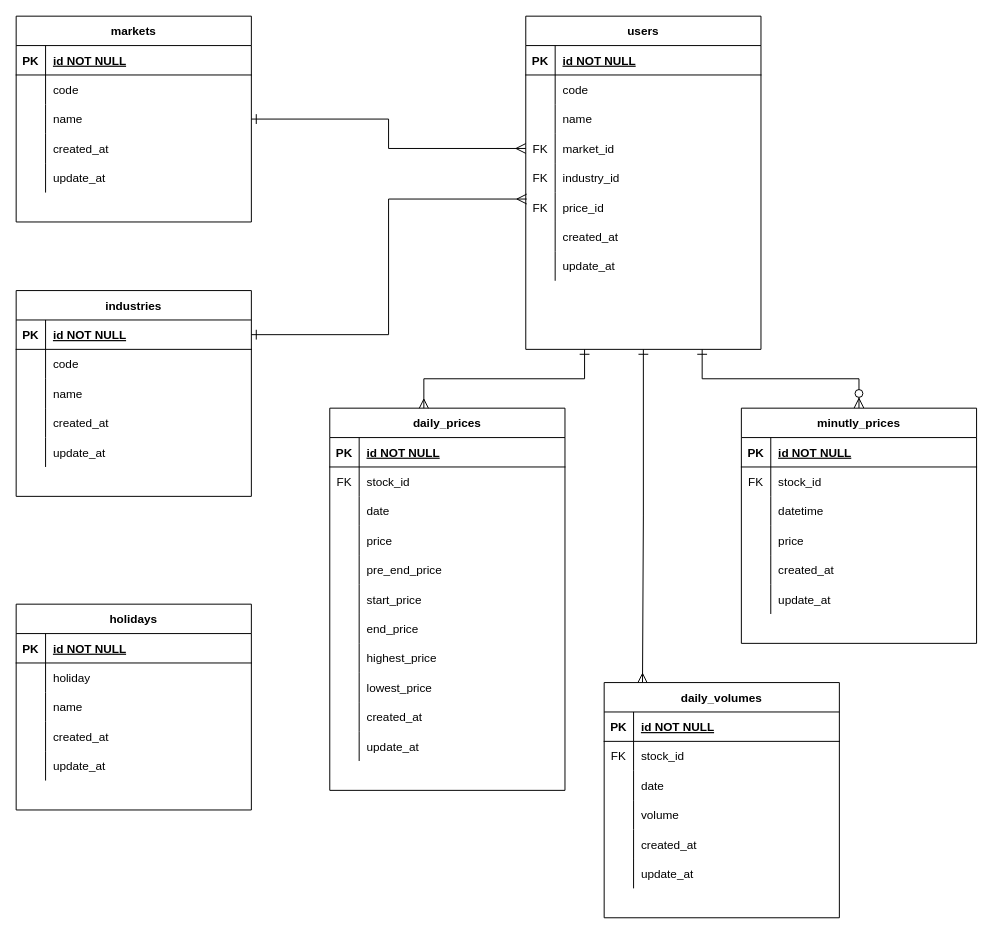
0gravity000/er001 keeps this draw.io diagram as resume_01.drawio. Above is the earlier version. Source tidied: cells renumbered, new cells numbered last; positions are measured from the earlier drawing's top-left corner, leaving out a move shared by most shapes. Both pictures are drawn from the tidied source at 98%, with x=0, y=0 at pixel (16, 16).
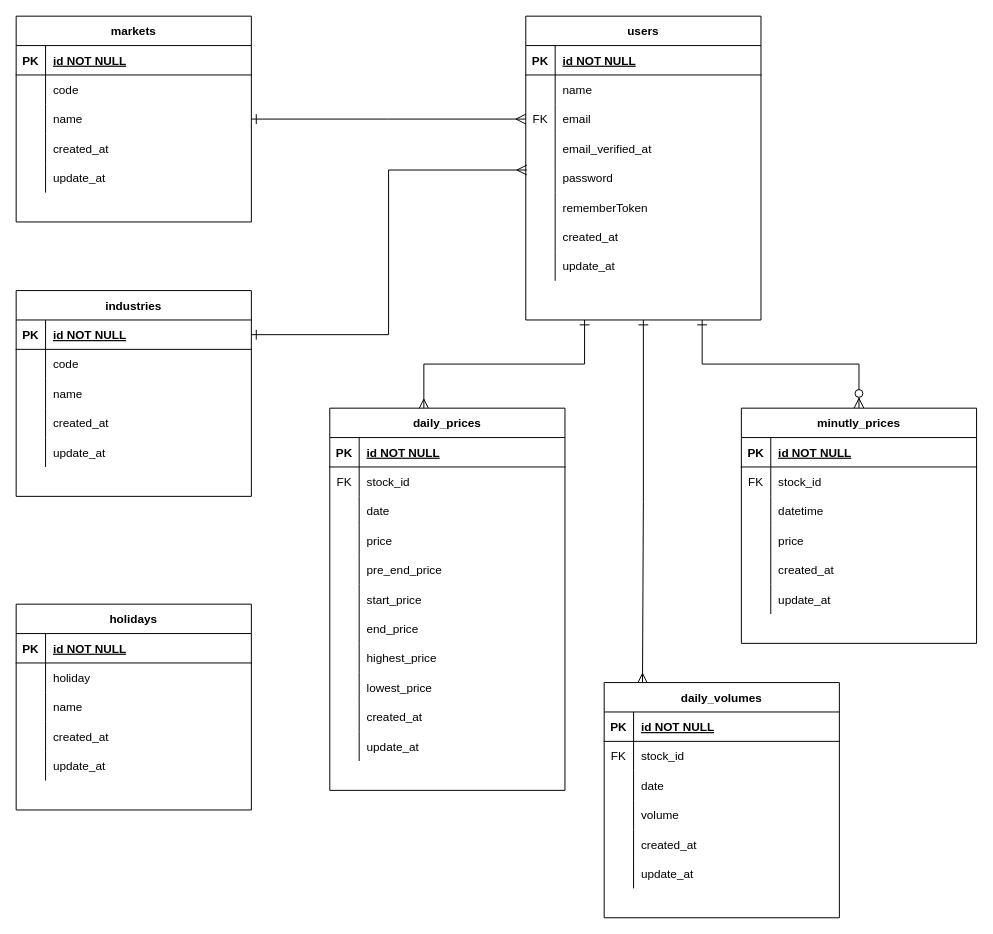
Above is the later version.

Unchanged cells that the change refers to:
```xml
<mxCell id="37" style="shape=partialRectangle;fillColor=none;top=0;left=0;bottom=0;right=0;points=[[0,0.5],[1,0.5]];portConstraint=eastwest;" parent="30" vertex="1">
  <mxGeometry y="90" width="240" height="30" as="geometry" />
</mxCell>
<mxCell id="47" style="shape=partialRectangle;fillColor=none;top=0;left=0;bottom=1;right=0;points=[[0,0.5],[1,0.5]];portConstraint=eastwest;" parent="46" vertex="1">
  <mxGeometry y="30" width="240" height="30" as="geometry" />
</mxCell>
```

Change to the diagram source:
```diff
@@
     <mxCell id="5" value="users" style="shape=table;startSize=30;childLayout=tableLayout;rowLines=0;fontStyle=1;align=center;" parent="1" vertex="1">
-      <mxGeometry x="520" width="240" height="340" as="geometry" />
+      <mxGeometry x="520" width="240" height="310" as="geometry" />
     </mxCell>
@@
-    <mxCell id="9" style="shape=partialRectangle;fillColor=none;top=0;left=0;right=0;bottom=0;" parent="5" vertex="1">
-      <mxGeometry y="60" width="240" height="30" as="geometry" />
-    </mxCell>
-    <mxCell id="10" style="shape=partialRectangle;overflow=hidden;fillColor=none;top=0;left=0;bottom=0;right=0;" parent="9" vertex="1">
-      <mxGeometry width="30" height="30" as="geometry" />
-    </mxCell>
-    <mxCell id="11" value="code" style="shape=partialRectangle;overflow=hidden;fillColor=none;top=0;left=0;bottom=0;right=0;align=left;spacingLeft=6;" parent="9" vertex="1">
-      <mxGeometry x="30" width="210" height="30" as="geometry" />
-    </mxCell>
     <mxCell id="12" style="shape=partialRectangle;fillColor=none;top=0;left=0;right=0;bottom=0;" parent="5" vertex="1">
-      <mxGeometry y="90" width="240" height="30" as="geometry" />
+      <mxGeometry y="60" width="240" height="30" as="geometry" />
     </mxCell>
@@
-    <mxCell id="15" style="shape=partialRectangle;fillColor=none;points=[[0,0.5],[1,0.5]];portConstraint=eastwest;top=0;left=0;right=0;bottom=0;" parent="5" vertex="1">
-      <mxGeometry y="120" width="240" height="30" as="geometry" />
-    </mxCell>
-    <mxCell id="16" value="FK" style="shape=partialRectangle;overflow=hidden;fillColor=none;top=0;left=0;bottom=0;right=0;" parent="15" vertex="1">
-      <mxGeometry width="30" height="30" as="geometry" />
-    </mxCell>
-    <mxCell id="17" value="market_id" style="shape=partialRectangle;overflow=hidden;fillColor=none;top=0;left=0;bottom=0;right=0;align=left;spacingLeft=6;" parent="15" vertex="1">
-      <mxGeometry x="30" width="210" height="30" as="geometry" />
-    </mxCell>
-    <mxCell id="18" style="shape=partialRectangle;fillColor=none;top=0;left=0;right=0;bottom=0;" parent="5" vertex="1">
-      <mxGeometry y="150" width="240" height="30" as="geometry" />
-    </mxCell>
-    <mxCell id="19" value="FK" style="shape=partialRectangle;overflow=hidden;fillColor=none;top=0;left=0;bottom=0;right=0;" parent="18" vertex="1">
-      <mxGeometry width="30" height="30" as="geometry" />
-    </mxCell>
-    <mxCell id="20" value="industry_id" style="shape=partialRectangle;overflow=hidden;fillColor=none;top=0;left=0;bottom=0;right=0;align=left;spacingLeft=6;" parent="18" vertex="1">
-      <mxGeometry x="30" width="210" height="30" as="geometry" />
-    </mxCell>
     <mxCell id="21" style="shape=partialRectangle;fillColor=none;points=[[0,0.5],[1,0.5]];portConstraint=eastwest;top=0;left=0;right=0;bottom=0;" parent="5" vertex="1">
-      <mxGeometry y="180" width="240" height="30" as="geometry" />
+      <mxGeometry y="90" width="240" height="30" as="geometry" />
     </mxCell>
@@
-    <mxCell id="23" value="price_id" style="shape=partialRectangle;overflow=hidden;fillColor=none;top=0;left=0;bottom=0;right=0;align=left;spacingLeft=6;" parent="21" vertex="1">
+    <mxCell id="23" value="email" style="shape=partialRectangle;overflow=hidden;fillColor=none;top=0;left=0;bottom=0;right=0;align=left;spacingLeft=6;" parent="21" vertex="1">
       <mxGeometry x="30" width="210" height="30" as="geometry" />
     </mxCell>
+    <mxCell id="15" style="shape=partialRectangle;fillColor=none;points=[[0,0.5],[1,0.5]];portConstraint=eastwest;top=0;left=0;right=0;bottom=0;" parent="5" vertex="1">
+      <mxGeometry y="120" width="240" height="30" as="geometry" />
+    </mxCell>
+    <mxCell id="152" style="shape=partialRectangle;overflow=hidden;fillColor=none;top=0;left=0;bottom=0;right=0;" parent="15" vertex="1">
+      <mxGeometry width="30" height="30" as="geometry" />
+    </mxCell>
+    <mxCell id="153" value="email_verified_at" style="shape=partialRectangle;overflow=hidden;fillColor=none;top=0;left=0;bottom=0;right=0;align=left;spacingLeft=6;" parent="15" vertex="1">
+      <mxGeometry x="30" width="210" height="30" as="geometry" />
+    </mxCell>
+    <mxCell id="18" style="shape=partialRectangle;fillColor=none;top=0;left=0;right=0;bottom=0;" parent="5" vertex="1">
+      <mxGeometry y="150" width="240" height="30" as="geometry" />
+    </mxCell>
+    <mxCell id="154" style="shape=partialRectangle;overflow=hidden;fillColor=none;top=0;left=0;bottom=0;right=0;" parent="18" vertex="1">
+      <mxGeometry width="30" height="30" as="geometry" />
+    </mxCell>
+    <mxCell id="155" value="password" style="shape=partialRectangle;overflow=hidden;fillColor=none;top=0;left=0;bottom=0;right=0;align=left;spacingLeft=6;" parent="18" vertex="1">
+      <mxGeometry x="30" width="210" height="30" as="geometry" />
+    </mxCell>
+    <mxCell id="156" style="shape=partialRectangle;fillColor=none;top=0;left=0;right=0;bottom=0;" parent="5" vertex="1">
+      <mxGeometry y="180" width="240" height="30" as="geometry" />
+    </mxCell>
+    <mxCell id="157" style="shape=partialRectangle;overflow=hidden;fillColor=none;top=0;left=0;bottom=0;right=0;" parent="156" vertex="1">
+      <mxGeometry width="30" height="30" as="geometry" />
+    </mxCell>
+    <mxCell id="158" value="rememberToken" style="shape=partialRectangle;overflow=hidden;fillColor=none;top=0;left=0;bottom=0;right=0;align=left;spacingLeft=6;" parent="156" vertex="1">
+      <mxGeometry x="30" width="210" height="30" as="geometry" />
+    </mxCell>
@@
-    <mxCell id="134" style="edgeStyle=orthogonalEdgeStyle;rounded=0;jettySize=auto;html=1;exitX=1;exitY=0.5;exitDx=0;exitDy=0;entryX=0;entryY=0.5;entryDx=0;entryDy=0;endArrow=ERmany;endFill=0;endSize=8;startSize=8;startArrow=ERone;startFill=0;" parent="1" edge="1" source="37" target="15">
-      <mxGeometry relative="1" as="geometry" />
+    <mxCell id="134" style="edgeStyle=orthogonalEdgeStyle;rounded=0;jettySize=auto;html=1;exitX=1;exitY=0.5;exitDx=0;exitDy=0;entryX=0;entryY=0.5;entryDx=0;entryDy=0;endArrow=ERmany;endFill=0;endSize=8;startSize=8;startArrow=ERone;startFill=0;" parent="1" edge="1" source="37">
+      <mxGeometry relative="1" as="geometry">
+        <mxPoint x="520" y="105" as="targetPoint" />
+      </mxGeometry>
     </mxCell>
-    <mxCell id="135" style="edgeStyle=orthogonalEdgeStyle;rounded=0;jettySize=auto;html=1;exitX=1;exitY=0.5;exitDx=0;exitDy=0;entryX=0.004;entryY=0.22;entryDx=0;entryDy=0;entryPerimeter=0;startArrow=ERone;startFill=0;endArrow=ERmany;endFill=0;startSize=8;endSize=8;" parent="1" edge="1" source="47" target="21">
+    <mxCell id="135" style="edgeStyle=orthogonalEdgeStyle;rounded=0;jettySize=auto;html=1;exitX=1;exitY=0.5;exitDx=0;exitDy=0;startArrow=ERone;startFill=0;endArrow=ERmany;endFill=0;startSize=8;endSize=8;" parent="1" edge="1" source="47">
       <mxGeometry relative="1" as="geometry">
+        <mxPoint x="521" y="157" as="targetPoint" />
         <Array as="points">
           <mxPoint x="380" y="325" />
-          <mxPoint x="380" y="187" />
+          <mxPoint x="380" y="157" />
         </Array>
       </mxGeometry>
     </mxCell>
```
